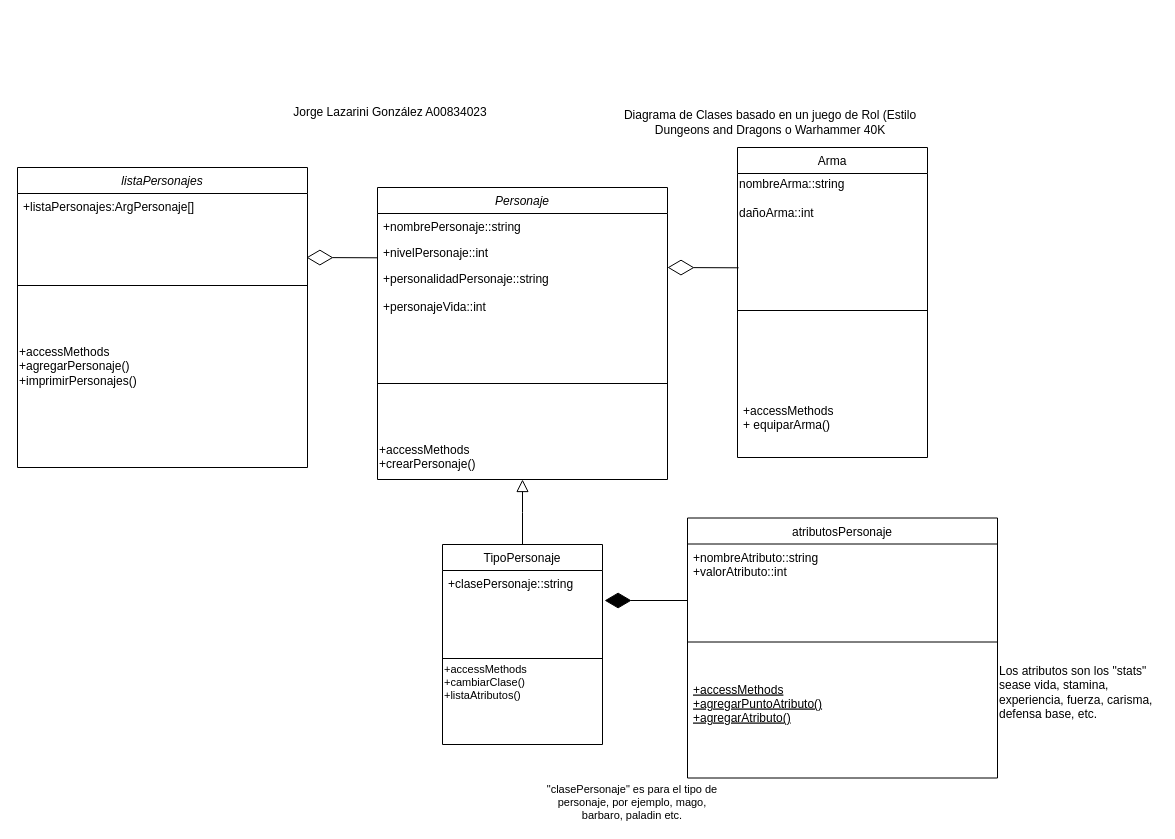
Earlier version of the draw.io diagram Untitled Diagram.drawio (VotelessCows/ProyectoIntegrador). Source tidied: cells renumbered, new cells numbered last; positions are measured from the earlier drawing's top-left corner, leaving out a move shared by most shapes. Both pictures are drawn from the tidied source at 100%, with x=0, y=0 at pixel (17, 97).
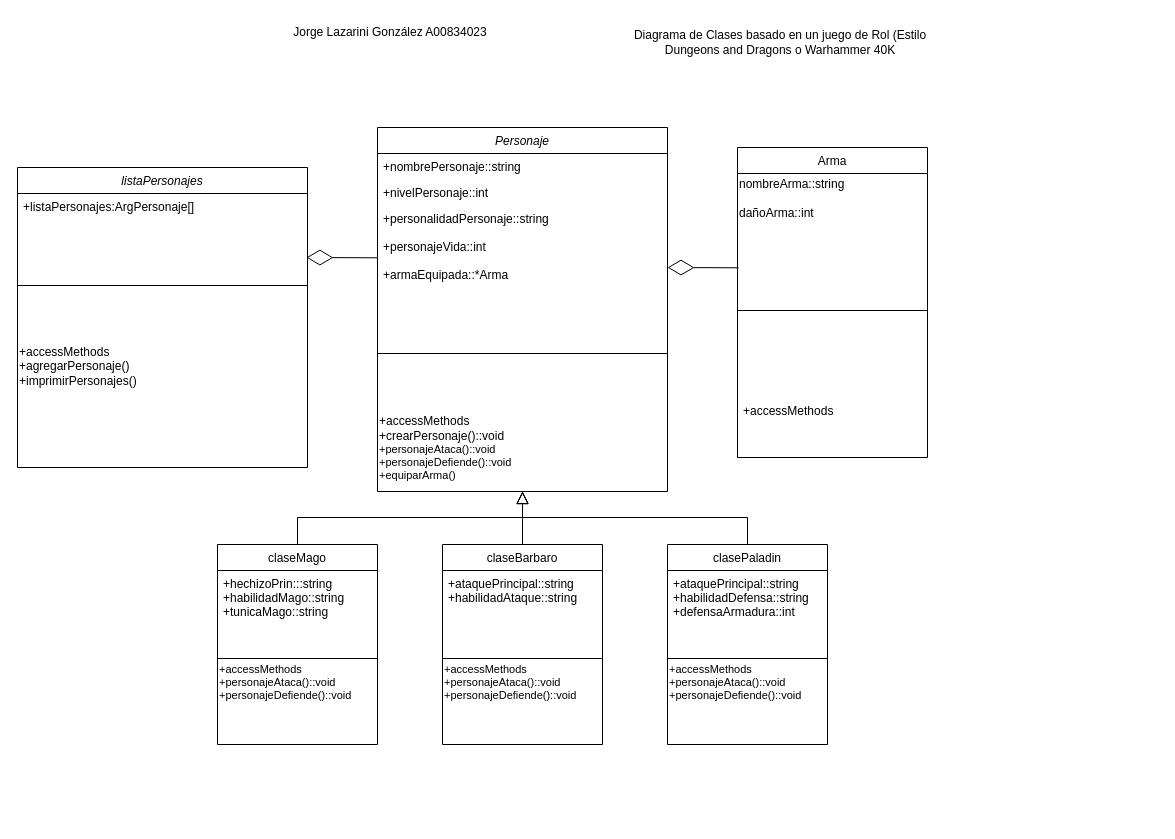
After the change.

The change refers to these unchanged cells:
```xml
<mxCell id="20" value="Arma" style="swimlane;fontStyle=0;align=center;verticalAlign=top;horizontal=1;startSize=26;" parent="1" vertex="1">
  <mxGeometry x="720" y="50" width="190" height="310" as="geometry" />
</mxCell>
```

The edit, as a diff of the source:
```diff
@@
     <mxCell id="2" value="Personaje" style="swimlane;fontStyle=2;align=center;verticalAlign=top;horizontal=1;startSize=26;rounded=0;shadow=0;strokeWidth=1;" parent="1" vertex="1">
-      <mxGeometry x="360" y="90" width="290" height="292" as="geometry" />
+      <mxGeometry x="360" y="30" width="290" height="364" as="geometry" />
     </mxCell>
@@
-    <mxCell id="5" value="+personalidadPersonaje::string&#10;&#10;+personajeVida::int&#10;&#10;&#10;&#10;&#10;" style="text;align=left;verticalAlign=top;spacingLeft=4;spacingRight=4;overflow=hidden;rounded=0;shadow=0;html=0;" parent="2" vertex="1">
-      <mxGeometry y="78" width="290" height="52" as="geometry" />
+    <mxCell id="5" value="+personalidadPersonaje::string&#10;&#10;+personajeVida::int&#10;&#10;+armaEquipada::*Arma&#10;&#10;&#10;&#10;&#10;" style="text;align=left;verticalAlign=top;spacingLeft=4;spacingRight=4;overflow=hidden;rounded=0;shadow=0;html=0;" parent="2" vertex="1">
+      <mxGeometry y="78" width="290" height="82" as="geometry" />
     </mxCell>
     <mxCell id="6" style="line;html=1;strokeWidth=1;align=left;verticalAlign=middle;spacingTop=-1;spacingLeft=3;spacingRight=3;labelPosition=right;" parent="2" vertex="1">
-      <mxGeometry y="130" width="290" height="132" as="geometry" />
+      <mxGeometry y="160" width="290" height="132" as="geometry" />
     </mxCell>
-    <mxCell id="7" value="&lt;span style=&quot;font-size: 12px;&quot;&gt;+accessMethods&lt;br&gt;+crearPersonaje()&lt;/span&gt;&lt;br style=&quot;padding: 0px; margin: 0px; font-size: 12px;&quot;&gt;&lt;span style=&quot;font-size: 12px;&quot;&gt;&lt;br&gt;&lt;/span&gt;" style="text;html=1;strokeColor=none;fillColor=none;align=left;verticalAlign=middle;whiteSpace=wrap;rounded=0;fontSize=11;" parent="2" vertex="1">
-      <mxGeometry y="262" width="290" height="30" as="geometry" />
+    <mxCell id="7" value="&lt;span style=&quot;font-size: 12px;&quot;&gt;+accessMethods&lt;br&gt;+crearPersonaje()::void&lt;br&gt;&lt;/span&gt;+personajeAtaca()::void&lt;br&gt;+personajeDefiende()::void&lt;br&gt;+equiparArma()&lt;br style=&quot;padding: 0px; margin: 0px; font-size: 12px;&quot;&gt;&lt;span style=&quot;font-size: 12px;&quot;&gt;&lt;br&gt;&lt;/span&gt;" style="text;html=1;strokeColor=none;fillColor=none;align=left;verticalAlign=middle;whiteSpace=wrap;rounded=0;fontSize=11;" parent="2" vertex="1">
+      <mxGeometry y="292" width="290" height="72" as="geometry" />
     </mxCell>
-    <mxCell id="8" value="TipoPersonaje" style="swimlane;fontStyle=0;align=center;verticalAlign=top;horizontal=1;startSize=26;rounded=0;shadow=0;strokeWidth=1;" parent="1" vertex="1">
+    <mxCell id="8" value="claseBarbaro" style="swimlane;fontStyle=0;align=center;verticalAlign=top;horizontal=1;startSize=26;rounded=0;shadow=0;strokeWidth=1;" parent="1" vertex="1">
       <mxGeometry x="425" y="447" width="160" height="200" as="geometry" />
     </mxCell>
-    <mxCell id="9" value="+clasePersonaje::string&#10;" style="text;align=left;verticalAlign=top;spacingLeft=4;spacingRight=4;overflow=hidden;" parent="8" vertex="1">
+    <mxCell id="9" value="+ataquePrincipal::string&#10;+habilidadAtaque::string&#10;" style="text;align=left;verticalAlign=top;spacingLeft=4;spacingRight=4;overflow=hidden;" parent="8" vertex="1">
       <mxGeometry y="26" width="160" height="84" as="geometry" />
     </mxCell>
@@
-    <mxCell id="11" value="+accessMethods&lt;br&gt;+cambiarClase()&lt;br&gt;+listaAtributos()" style="text;html=1;align=left;verticalAlign=middle;strokeColor=none;fillColor=none;fontSize=11;" parent="8" vertex="1">
+    <mxCell id="11" value="+accessMethods&lt;br&gt;+personajeAtaca()::void&lt;br&gt;+personajeDefiende()::void" style="text;html=1;align=left;verticalAlign=middle;strokeColor=none;fillColor=none;fontSize=11;" parent="8" vertex="1">
       <mxGeometry y="118" width="160" height="40" as="geometry" />
     </mxCell>
@@
     <mxCell id="13" value="Diagrama de Clases basado en un juego de Rol (Estilo Dungeons and Dragons o Warhammer 40K" style="text;html=1;strokeColor=none;fillColor=none;align=center;verticalAlign=middle;whiteSpace=wrap;rounded=0;" parent="1" vertex="1">
-      <mxGeometry x="580" y="10" width="346" height="30" as="geometry" />
+      <mxGeometry x="590" y="-70" width="346" height="30" as="geometry" />
     </mxCell>
@@
-    <mxCell id="15" style="endArrow=diamondThin;endFill=1;endSize=24;html=1;rounded=0;entryX=1.013;entryY=0.154;entryDx=0;entryDy=0;entryPerimeter=0;" parent="1" edge="1">
-      <mxGeometry relative="1" as="geometry">
-        <mxPoint x="670" y="503" as="sourcePoint" />
-        <mxPoint x="587.1" y="503" as="targetPoint" />
-      </mxGeometry>
-    </mxCell>
-    <mxCell id="16" value="atributosPersonaje" style="swimlane;fontStyle=0;align=center;verticalAlign=top;horizontal=1;startSize=26;rounded=0;shadow=0;strokeWidth=1;" parent="1" vertex="1">
-      <mxGeometry x="670" y="420.5" width="310" height="260" as="geometry" />
-    </mxCell>
-    <mxCell id="17" value="+nombreAtributo::string&#10;+valorAtributo::int&#10;" style="text;align=left;verticalAlign=top;spacingLeft=4;spacingRight=4;overflow=hidden;rounded=0;shadow=0;html=0;" parent="16" vertex="1">
-      <mxGeometry y="26" width="310" height="64" as="geometry" />
-    </mxCell>
-    <mxCell id="18" style="line;html=1;strokeWidth=1;align=left;verticalAlign=middle;spacingTop=-1;spacingLeft=3;spacingRight=3;labelPosition=right;" parent="16" vertex="1">
-      <mxGeometry y="90" width="310" height="68" as="geometry" />
-    </mxCell>
-    <mxCell id="19" value="+accessMethods&#10;+agregarPuntoAtributo()&#10;+agregarAtributo()" style="text;align=left;verticalAlign=top;spacingLeft=4;spacingRight=4;overflow=hidden;fontStyle=4;" parent="16" vertex="1">
-      <mxGeometry y="158" width="310" height="102" as="geometry" />
-    </mxCell>
@@
-    <mxCell id="23" value="+accessMethods&#10;+ equiparArma()" style="text;strokeColor=none;fillColor=none;align=left;verticalAlign=top;spacingLeft=4;spacingRight=4;overflow=hidden;" parent="20" vertex="1">
+    <mxCell id="23" value="+accessMethods&#10;" style="text;strokeColor=none;fillColor=none;align=left;verticalAlign=top;spacingLeft=4;spacingRight=4;overflow=hidden;" parent="20" vertex="1">
       <mxGeometry y="250" width="190" height="60" as="geometry" />
     </mxCell>
-    <mxCell id="24" value="&quot;clasePersonaje&quot; es para el tipo de personaje, por ejemplo, mago, barbaro, paladin etc." style="text;html=1;strokeColor=none;fillColor=none;align=center;verticalAlign=middle;whiteSpace=wrap;rounded=0;fontSize=11;" parent="1" vertex="1">
-      <mxGeometry x="520" y="690" width="190" height="30" as="geometry" />
-    </mxCell>
-    <mxCell id="25" value="&lt;span style=&quot;font-size: 12px;&quot;&gt;Los atributos son los &quot;stats&quot; sease vida, stamina, experiencia, fuerza, carisma, defensa base, etc.&lt;/span&gt;" style="text;whiteSpace=wrap;html=1;fontSize=11;" parent="1" vertex="1">
-      <mxGeometry x="980" y="560" width="160" height="50" as="geometry" />
-    </mxCell>
@@
     <mxCell id="31" value="Jorge Lazarini González A00834023" style="text;html=1;strokeColor=none;fillColor=none;align=center;verticalAlign=middle;whiteSpace=wrap;rounded=0;" parent="1" vertex="1">
-      <mxGeometry x="200" width="346" height="30" as="geometry" />
+      <mxGeometry x="200" y="-80" width="346" height="30" as="geometry" />
     </mxCell>
+    <mxCell id="32" value="clasePaladin" style="swimlane;fontStyle=0;align=center;verticalAlign=top;horizontal=1;startSize=26;rounded=0;shadow=0;strokeWidth=1;" parent="1" vertex="1">
+      <mxGeometry x="650" y="447" width="160" height="200" as="geometry" />
+    </mxCell>
+    <mxCell id="33" value="+ataquePrincipal::string&#10;+habilidadDefensa::string&#10;+defensaArmadura::int" style="text;align=left;verticalAlign=top;spacingLeft=4;spacingRight=4;overflow=hidden;" parent="32" vertex="1">
+      <mxGeometry y="26" width="160" height="84" as="geometry" />
+    </mxCell>
+    <mxCell id="34" style="line;html=1;strokeWidth=1;align=left;verticalAlign=middle;spacingTop=-1;spacingLeft=3;spacingRight=3;labelPosition=right;" parent="32" vertex="1">
+      <mxGeometry y="110" width="160" height="8" as="geometry" />
+    </mxCell>
+    <mxCell id="35" value="+accessMethods&lt;br&gt;+personajeAtaca()::void&lt;br&gt;+personajeDefiende()::void" style="text;html=1;align=left;verticalAlign=middle;strokeColor=none;fillColor=none;fontSize=11;" parent="32" vertex="1">
+      <mxGeometry y="118" width="160" height="40" as="geometry" />
+    </mxCell>
+    <mxCell id="36" style="endArrow=block;endSize=10;endFill=0;shadow=0;strokeWidth=1;rounded=0;edgeStyle=elbowEdgeStyle;elbow=vertical;entryX=0.5;entryY=1;entryDx=0;entryDy=0;" parent="1" edge="1" source="32" target="7">
+      <mxGeometry relative="1" as="geometry">
+        <Array as="points">
+          <mxPoint x="570" y="420" />
+        </Array>
+      </mxGeometry>
+    </mxCell>
+    <mxCell id="37" value="claseMago" style="swimlane;fontStyle=0;align=center;verticalAlign=top;horizontal=1;startSize=26;rounded=0;shadow=0;strokeWidth=1;" parent="1" vertex="1">
+      <mxGeometry x="200" y="447" width="160" height="200" as="geometry" />
+    </mxCell>
+    <mxCell id="38" value="+hechizoPrin:::string&#10;+habilidadMago::string&#10;+tunicaMago::string" style="text;align=left;verticalAlign=top;spacingLeft=4;spacingRight=4;overflow=hidden;" parent="37" vertex="1">
+      <mxGeometry y="26" width="160" height="84" as="geometry" />
+    </mxCell>
+    <mxCell id="39" style="line;html=1;strokeWidth=1;align=left;verticalAlign=middle;spacingTop=-1;spacingLeft=3;spacingRight=3;labelPosition=right;" parent="37" vertex="1">
+      <mxGeometry y="110" width="160" height="8" as="geometry" />
+    </mxCell>
+    <mxCell id="40" value="+accessMethods&lt;br&gt;+personajeAtaca()::void&lt;br&gt;+personajeDefiende()::void" style="text;html=1;align=left;verticalAlign=middle;strokeColor=none;fillColor=none;fontSize=11;" parent="37" vertex="1">
+      <mxGeometry y="118" width="160" height="40" as="geometry" />
+    </mxCell>
+    <mxCell id="41" style="endArrow=block;endSize=10;endFill=0;shadow=0;strokeWidth=1;rounded=0;edgeStyle=elbowEdgeStyle;elbow=vertical;entryX=0.5;entryY=1;entryDx=0;entryDy=0;" parent="1" edge="1" source="37" target="7">
+      <mxGeometry relative="1" as="geometry">
+        <Array as="points">
+          <mxPoint x="450" y="420" />
+        </Array>
+      </mxGeometry>
+    </mxCell>
```
